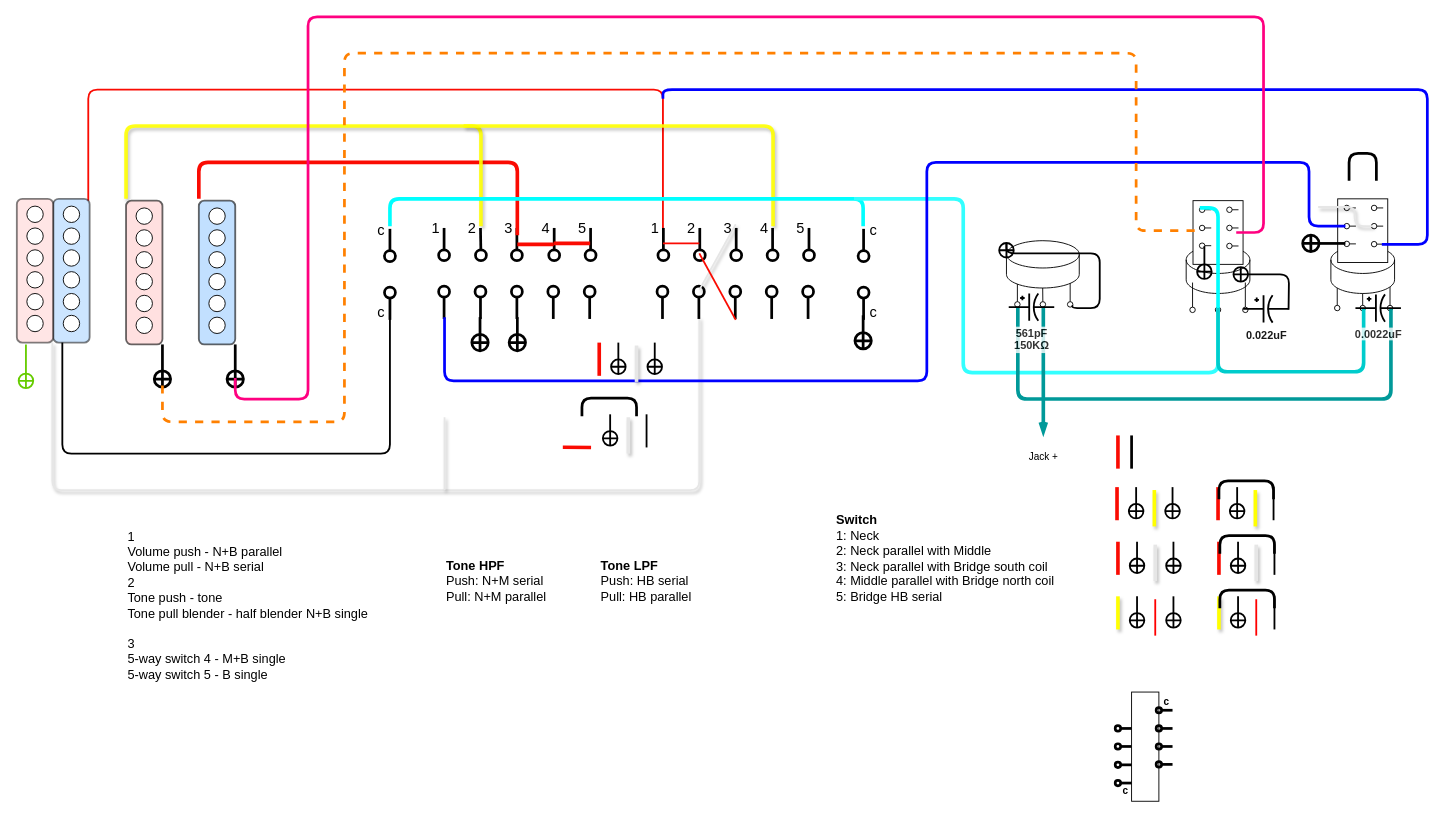
The draw.io diagram strat wiring.drawio in 7ak/draw.io, before the edit. Source tidied: cells renumbered, new cells numbered last; positions are measured from the earlier drawing's top-left corner, leaving out a move shared by most shapes. Both pictures are drawn from the tidied source at 91%, with x=0, y=0 at pixel (16, 16).
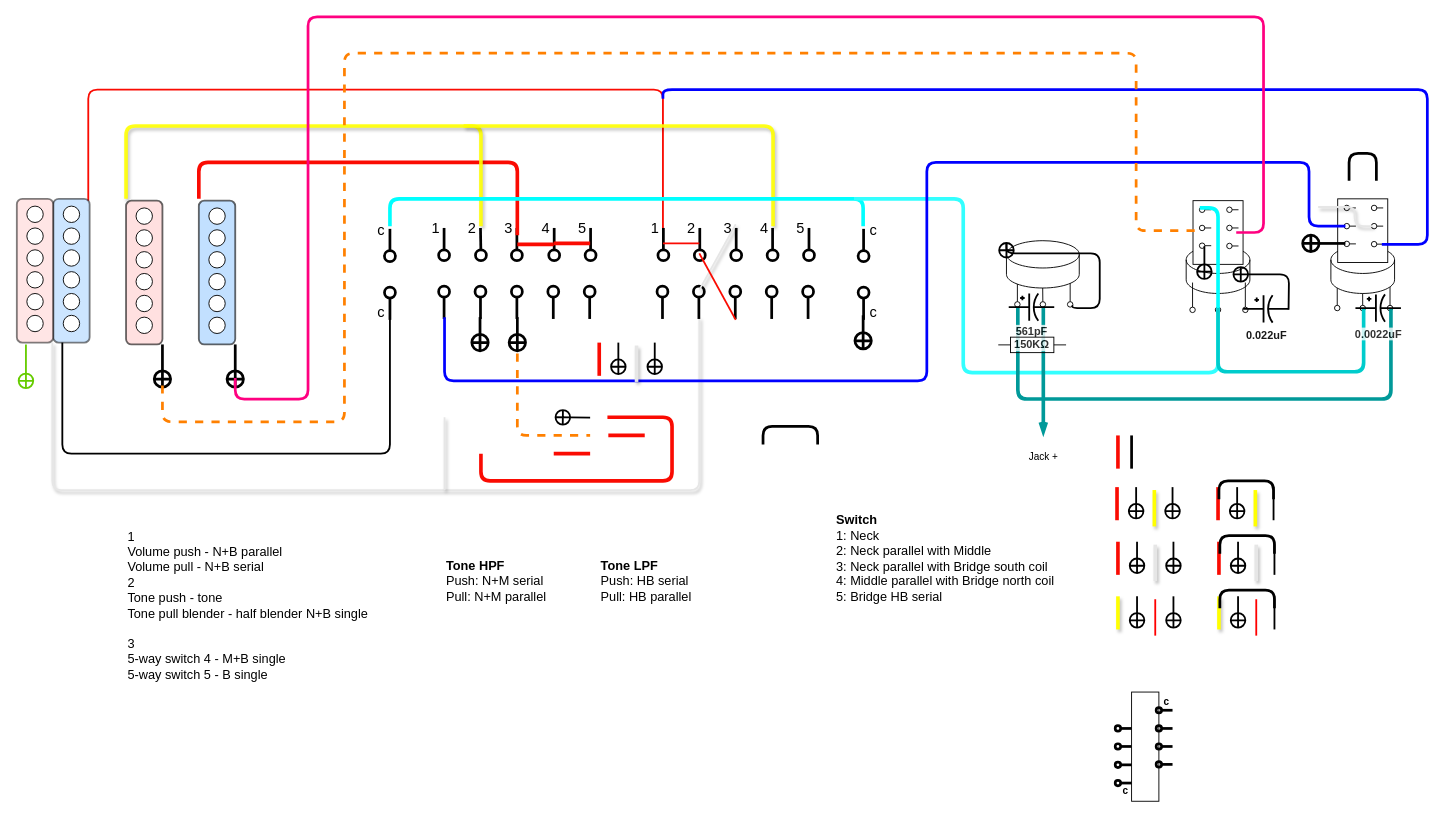
The same page after the edit.

Change to the diagram source:
```diff
@@
-    <mxCell id="115" value="561pF&lt;br&gt;150KΩ" style="verticalLabelPosition=bottom;shadow=0;dashed=0;align=center;html=1;verticalAlign=top;shape=mxgraph.electrical.capacitors.capacitor_3;fillColor=#FFCCCC;strokeWidth=2;labelBackgroundColor=default;textOpacity=80;fontStyle=1;" parent="1" vertex="1">
+    <mxCell id="115" value="561pF&lt;br&gt;150KΩ" style="verticalLabelPosition=bottom;shadow=0;dashed=0;align=center;html=1;verticalAlign=top;shape=mxgraph.electrical.capacitors.capacitor_3;fillColor=#FFCCCC;strokeWidth=2;labelBackgroundColor=default;textOpacity=80;fontStyle=1;spacing=0;" parent="1" vertex="1">
       <mxGeometry x="1090" y="304" width="50" height="30" as="geometry" />
     </mxCell>
@@
-    <mxCell id="163" style="endArrow=none;html=1;strokeWidth=4;fillColor=#f8cecc;strokeColor=#FA0B02;" parent="1" edge="1">
+    <mxCell id="163" style="endArrow=none;html=1;strokeWidth=4;fillColor=#f8cecc;strokeColor=#FA0B02;edgeStyle=orthogonalEdgeStyle;" parent="1" edge="1">
       <mxGeometry relative="1" as="geometry">
-        <mxPoint x="631" y="473.2" as="sourcePoint" />
-        <mxPoint x="600" y="473" as="targetPoint" />
+        <mxPoint x="510" y="480" as="sourcePoint" />
+        <mxPoint x="649" y="440" as="targetPoint" />
+        <Array as="points">
+          <mxPoint x="510" y="510" />
+          <mxPoint x="720" y="510" />
+          <mxPoint x="720" y="440" />
+        </Array>
       </mxGeometry>
     </mxCell>
     <mxCell id="164" style="endArrow=none;html=1;strokeWidth=2;fillColor=#f8cecc;strokeColor=#000000;startArrow=circlePlus;startFill=0;" parent="1" edge="1">
       <mxGeometry relative="1" as="geometry">
-        <mxPoint x="652" y="473.2" as="sourcePoint" />
-        <mxPoint x="652" y="436.8" as="targetPoint" />
+        <mxPoint x="590" y="440" as="sourcePoint" />
+        <mxPoint x="630" y="440.5" as="targetPoint" />
       </mxGeometry>
     </mxCell>
-    <mxCell id="165" style="endArrow=none;html=1;strokeWidth=2;fillColor=#f8cecc;strokeColor=#000000;startArrow=none;startFill=0;" parent="1" edge="1">
-      <mxGeometry relative="1" as="geometry">
-        <mxPoint x="692" y="473.2" as="sourcePoint" />
-        <mxPoint x="692" y="436.8" as="targetPoint" />
-      </mxGeometry>
-    </mxCell>
-    <mxCell id="166" style="endArrow=none;html=1;strokeWidth=4;fillColor=#f8cecc;strokeColor=#E6E6E6;shadow=1;" parent="1" edge="1">
-      <mxGeometry relative="1" as="geometry">
-        <mxPoint x="672" y="440" as="sourcePoint" />
-        <mxPoint x="672" y="480" as="targetPoint" />
-      </mxGeometry>
-    </mxCell>
     <mxCell id="167" style="endArrow=none;html=1;strokeWidth=3;fillColor=#f8cecc;startArrow=none;startFill=0;edgeStyle=orthogonalEdgeStyle;" parent="1" edge="1">
       <mxGeometry relative="1" as="geometry">
-        <mxPoint x="681" y="439" as="sourcePoint" />
-        <mxPoint x="621" y="439" as="targetPoint" />
+        <mxPoint x="880" y="470" as="sourcePoint" />
+        <mxPoint x="820" y="470" as="targetPoint" />
         <Array as="points">
-          <mxPoint x="681" y="419" />
-          <mxPoint x="621" y="419" />
+          <mxPoint x="880" y="450" />
+          <mxPoint x="820" y="450" />
         </Array>
       </mxGeometry>
     </mxCell>
+    <mxCell id="168" style="endArrow=none;html=1;strokeWidth=3;fillColor=#f8cecc;strokeColor=#FF8000;edgeStyle=orthogonalEdgeStyle;dashed=1;rounded=1;" parent="1" edge="1">
+      <mxGeometry relative="1" as="geometry">
+        <mxPoint x="550" y="370" as="sourcePoint" />
+        <mxPoint x="630" y="460" as="targetPoint" />
+        <Array as="points">
+          <mxPoint x="550" y="460" />
+        </Array>
+      </mxGeometry>
+    </mxCell>
+    <mxCell id="169" style="endArrow=none;html=1;strokeWidth=4;fillColor=#f8cecc;strokeColor=#FA0B02;" parent="1" edge="1">
+      <mxGeometry relative="1" as="geometry">
+        <mxPoint x="690" y="460" as="sourcePoint" />
+        <mxPoint x="650" y="460" as="targetPoint" />
+      </mxGeometry>
+    </mxCell>
+    <mxCell id="170" style="endArrow=none;html=1;strokeWidth=4;fillColor=#f8cecc;strokeColor=#FA0B02;" parent="1" edge="1">
+      <mxGeometry relative="1" as="geometry">
+        <mxPoint x="630" y="480" as="sourcePoint" />
+        <mxPoint x="590" y="480" as="targetPoint" />
+      </mxGeometry>
+    </mxCell>
+    <mxCell id="171" style="verticalLabelPosition=bottom;shadow=0;dashed=0;align=center;html=1;verticalAlign=top;shape=mxgraph.electrical.resistors.resistor_1;labelBackgroundColor=default;fontSize=14;fontColor=#00FFFF;strokeWidth=1;fillColor=none;" parent="1" vertex="1">
+      <mxGeometry x="1078.5" y="352" width="74.5" height="17" as="geometry" />
+    </mxCell>
```
